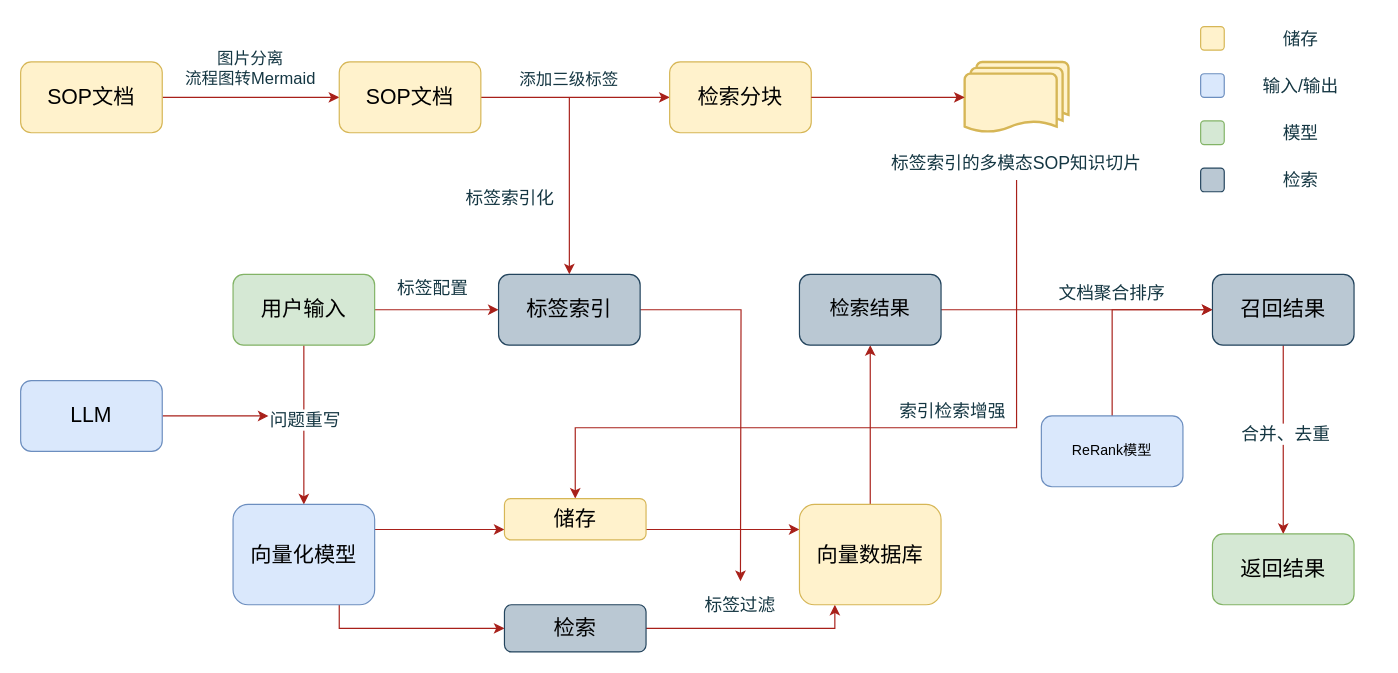
The draw.io diagram 知识库流程.drawio in Kinokinou/GitShare, before the edit. Source tidied: cells renumbered, new cells numbered last; positions are measured from the earlier drawing's top-left corner, leaving out a move shared by most shapes. Both pictures are drawn from the tidied source at 118%, with x=0, y=0 at pixel (20, 20).
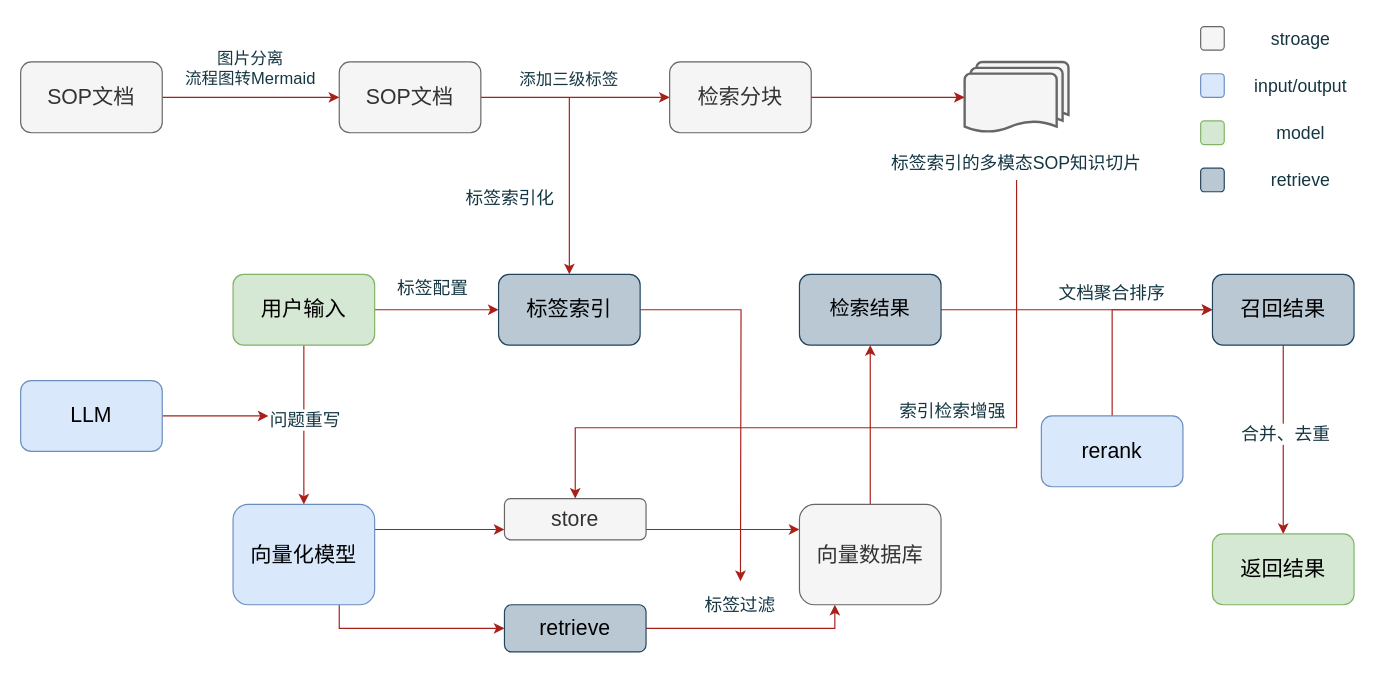
The same diagram, later.

Commit message:
更新知识库流程.drawio

The edit, as a diff of the source:
```diff
@@
-    <mxCell id="3" value="SOP文档" style="rounded=1;whiteSpace=wrap;html=1;labelBackgroundColor=none;fillColor=#fff2cc;strokeColor=#d6b656;fontSize=18;" parent="1" vertex="1">
+    <mxCell id="3" value="SOP文档" style="rounded=1;whiteSpace=wrap;html=1;labelBackgroundColor=none;fillColor=#f5f5f5;strokeColor=#666666;fontSize=18;fontColor=#333333;" parent="1" vertex="1">
       <mxGeometry y="35" width="120" height="60" as="geometry" />
     </mxCell>
@@
-    <mxCell id="5" value="SOP文档" style="rounded=1;whiteSpace=wrap;html=1;labelBackgroundColor=none;fontSize=18;fillColor=#fff2cc;strokeColor=#d6b656;" parent="1" vertex="1">
+    <mxCell id="5" value="SOP文档" style="rounded=1;whiteSpace=wrap;html=1;labelBackgroundColor=none;fontSize=18;fillColor=#f5f5f5;strokeColor=#666666;fontColor=#333333;" parent="1" vertex="1">
       <mxGeometry x="270" y="35" width="120" height="60" as="geometry" />
     </mxCell>
@@
-    <mxCell id="7" value="检索分块" style="rounded=1;whiteSpace=wrap;html=1;fontSize=18;fillColor=#fff2cc;strokeColor=#d6b656;" parent="1" vertex="1">
+    <mxCell id="7" value="检索分块" style="rounded=1;whiteSpace=wrap;html=1;fontSize=18;fillColor=#f5f5f5;strokeColor=#666666;fontColor=#333333;" parent="1" vertex="1">
       <mxGeometry x="550" y="35" width="120" height="60" as="geometry" />
     </mxCell>
@@
-    <mxCell id="22" style="strokeWidth=2;html=1;shape=mxgraph.flowchart.multi-document;whiteSpace=wrap;fillColor=#fff2cc;strokeColor=#d6b656;" parent="1" vertex="1">
+    <mxCell id="22" style="strokeWidth=2;html=1;shape=mxgraph.flowchart.multi-document;whiteSpace=wrap;fillColor=#f5f5f5;strokeColor=#666666;fontColor=#333333;" parent="1" vertex="1">
       <mxGeometry x="800" y="35" width="88" height="60" as="geometry" />
     </mxCell>
@@
-    <mxCell id="27" value="储存" style="rounded=1;whiteSpace=wrap;html=1;fontSize=18;fillColor=#fff2cc;strokeColor=#d6b656;" parent="1" vertex="1">
+    <mxCell id="27" value="store" style="rounded=1;whiteSpace=wrap;html=1;fontSize=18;fillColor=#f5f5f5;fontColor=#333333;strokeColor=#666666;" parent="1" vertex="1">
       <mxGeometry x="410" y="405" width="120" height="35" as="geometry" />
     </mxCell>
@@
-    <mxCell id="29" value="检索" style="rounded=1;whiteSpace=wrap;html=1;strokeColor=#23445d;fillColor=#bac8d3;fontSize=18;" parent="1" vertex="1">
+    <mxCell id="29" value="retrieve" style="rounded=1;whiteSpace=wrap;html=1;strokeColor=#23445d;fillColor=#bac8d3;fontSize=18;" parent="1" vertex="1">
       <mxGeometry x="410" y="495" width="120" height="40" as="geometry" />
     </mxCell>
@@
-    <mxCell id="31" value="向量数据库" style="rounded=1;whiteSpace=wrap;html=1;fontSize=18;fillColor=#fff2cc;strokeColor=#d6b656;" parent="1" vertex="1">
+    <mxCell id="31" value="向量数据库" style="rounded=1;whiteSpace=wrap;html=1;fontSize=18;fillColor=#f5f5f5;fontColor=#333333;strokeColor=#666666;" parent="1" vertex="1">
       <mxGeometry x="660" y="410" width="120" height="85" as="geometry" />
     </mxCell>
@@
-    <mxCell id="36" value="ReRank模型" style="rounded=1;whiteSpace=wrap;html=1;strokeColor=#6c8ebf;fillColor=#dae8fc;" parent="1" vertex="1">
+    <mxCell id="36" value="rerank" style="rounded=1;whiteSpace=wrap;html=1;strokeColor=#6c8ebf;fillColor=#dae8fc;fontSize=18;" parent="1" vertex="1">
       <mxGeometry x="865" y="335" width="120" height="60" as="geometry" />
     </mxCell>
@@
-    <mxCell id="44" style="rounded=1;whiteSpace=wrap;html=1;strokeColor=#d6b656;fillColor=#fff2cc;" parent="1" vertex="1">
+    <mxCell id="44" style="rounded=1;whiteSpace=wrap;html=1;strokeColor=#666666;fillColor=#f5f5f5;fontColor=#333333;" parent="1" vertex="1">
       <mxGeometry x="1000" y="5" width="20" height="20" as="geometry" />
     </mxCell>
@@
-    <mxCell id="48" value="储存" style="text;html=1;whiteSpace=wrap;strokeColor=none;fillColor=none;align=center;verticalAlign=middle;rounded=0;fontColor=#143642;fontSize=15;" parent="1" vertex="1">
+    <mxCell id="48" value="stroage" style="text;html=1;whiteSpace=wrap;strokeColor=none;fillColor=none;align=center;verticalAlign=middle;rounded=0;fontColor=#143642;fontSize=15;" parent="1" vertex="1">
       <mxGeometry x="1020" width="130" height="30" as="geometry" />
     </mxCell>
-    <mxCell id="49" value="输入/输出" style="text;html=1;whiteSpace=wrap;strokeColor=none;fillColor=none;align=center;verticalAlign=middle;rounded=0;fontColor=#143642;fontSize=15;" parent="1" vertex="1">
+    <mxCell id="49" value="input/output" style="text;html=1;whiteSpace=wrap;strokeColor=none;fillColor=none;align=center;verticalAlign=middle;rounded=0;fontColor=#143642;fontSize=15;" parent="1" vertex="1">
       <mxGeometry x="1020" y="40" width="130" height="30" as="geometry" />
     </mxCell>
-    <mxCell id="50" value="模型" style="text;html=1;whiteSpace=wrap;strokeColor=none;fillColor=none;align=center;verticalAlign=middle;rounded=0;fontColor=#143642;fontSize=15;" parent="1" vertex="1">
+    <mxCell id="50" value="model" style="text;html=1;whiteSpace=wrap;strokeColor=none;fillColor=none;align=center;verticalAlign=middle;rounded=0;fontColor=#143642;fontSize=15;" parent="1" vertex="1">
       <mxGeometry x="1020" y="80" width="130" height="30" as="geometry" />
     </mxCell>
-    <mxCell id="51" value="检索" style="text;html=1;whiteSpace=wrap;strokeColor=none;fillColor=none;align=center;verticalAlign=middle;rounded=0;fontColor=#143642;fontSize=15;" parent="1" vertex="1">
+    <mxCell id="51" value="retrieve" style="text;html=1;whiteSpace=wrap;strokeColor=none;fillColor=none;align=center;verticalAlign=middle;rounded=0;fontColor=#143642;fontSize=15;" parent="1" vertex="1">
       <mxGeometry x="1020" y="120" width="130" height="30" as="geometry" />
     </mxCell>
```
